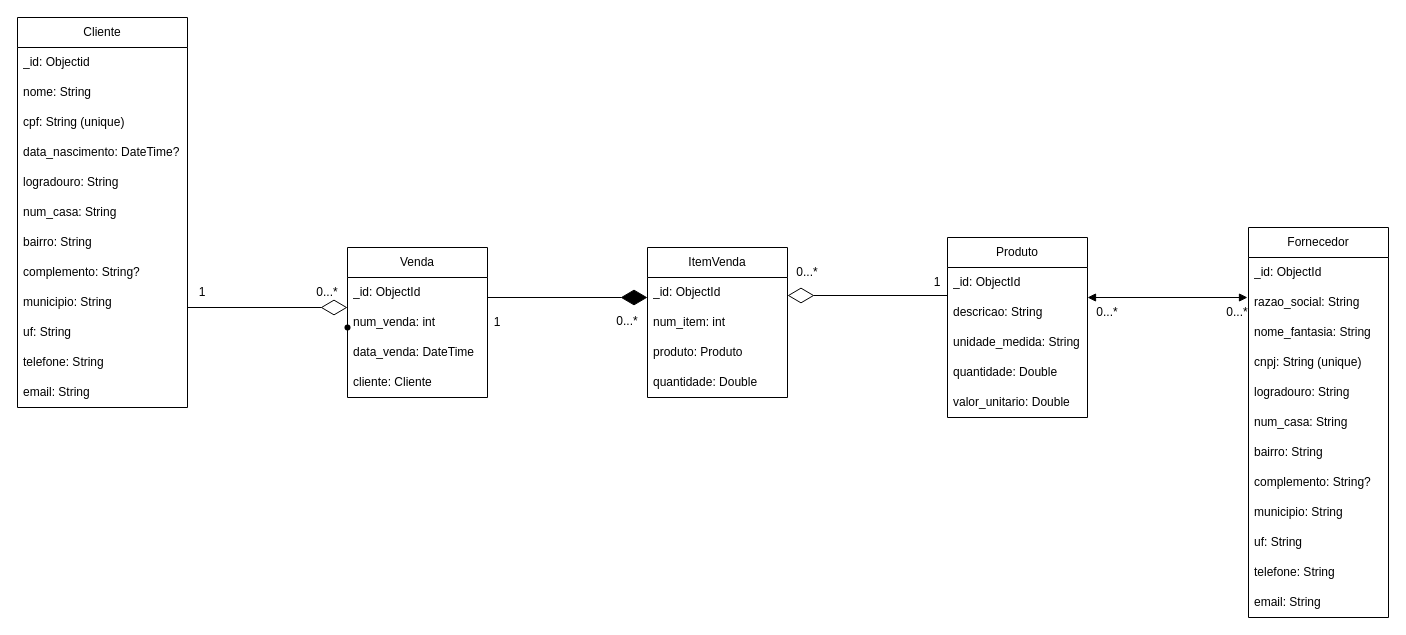
The draw.io diagram docs/NoAM.drawio in faustocintra/bn-not-2024-1, before the edit. Source tidied: cells renumbered, new cells numbered last; positions are measured from the earlier drawing's top-left corner, leaving out a move shared by most shapes. Both pictures are drawn from the tidied source at 100%, with x=0, y=0 at pixel (17, 17).
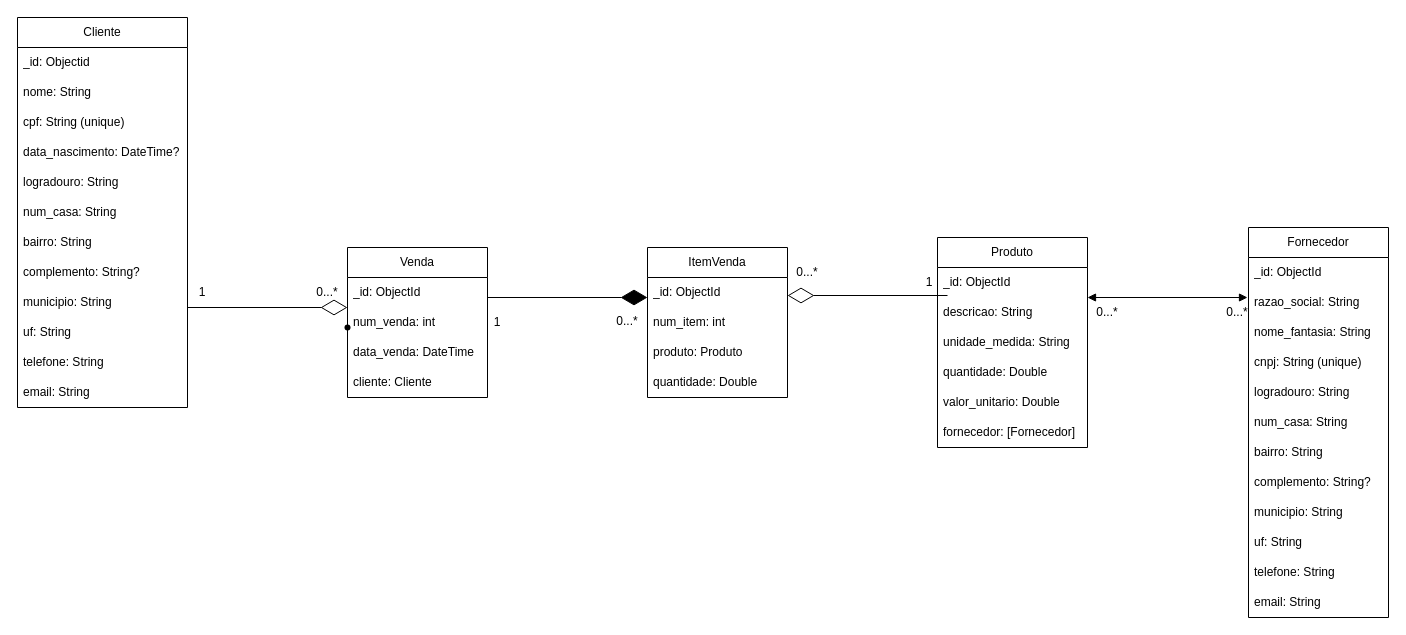
After the change.

The edit, as a diff of the source:
```diff
@@
     <mxCell id="15" value="Produto" style="swimlane;fontStyle=0;horizontal=1;startSize=30;whiteSpace=wrap;html=1;" parent="1" vertex="1">
-      <mxGeometry x="930" y="220" width="140" height="180" as="geometry" />
+      <mxGeometry x="920" y="220" width="150" height="210" as="geometry" />
     </mxCell>
     <mxCell id="16" value="_id: ObjectId" style="text;strokeColor=none;fillColor=none;align=left;verticalAlign=middle;spacingLeft=4;spacingRight=4;overflow=hidden;whiteSpace=wrap;html=1;" parent="15" vertex="1">
-      <mxGeometry y="30" width="140" height="30" as="geometry" />
+      <mxGeometry y="30" width="150" height="30" as="geometry" />
     </mxCell>
     <mxCell id="17" value="descricao: String" style="text;strokeColor=none;fillColor=none;align=left;verticalAlign=middle;spacingLeft=4;spacingRight=4;overflow=hidden;whiteSpace=wrap;html=1;" parent="15" vertex="1">
-      <mxGeometry y="60" width="140" height="30" as="geometry" />
+      <mxGeometry y="60" width="150" height="30" as="geometry" />
     </mxCell>
     <mxCell id="18" value="unidade_medida: String" style="text;strokeColor=none;fillColor=none;align=left;verticalAlign=middle;spacingLeft=4;spacingRight=4;overflow=hidden;whiteSpace=wrap;html=1;" parent="15" vertex="1">
-      <mxGeometry y="90" width="140" height="30" as="geometry" />
+      <mxGeometry y="90" width="150" height="30" as="geometry" />
     </mxCell>
     <mxCell id="19" value="quantidade: Double" style="text;strokeColor=none;fillColor=none;align=left;verticalAlign=middle;spacingLeft=4;spacingRight=4;overflow=hidden;whiteSpace=wrap;html=1;" parent="15" vertex="1">
-      <mxGeometry y="120" width="140" height="30" as="geometry" />
+      <mxGeometry y="120" width="150" height="30" as="geometry" />
     </mxCell>
     <mxCell id="20" value="valor_unitario: Double" style="text;strokeColor=none;fillColor=none;align=left;verticalAlign=middle;spacingLeft=4;spacingRight=4;overflow=hidden;whiteSpace=wrap;html=1;" parent="15" vertex="1">
-      <mxGeometry y="150" width="140" height="30" as="geometry" />
+      <mxGeometry y="150" width="150" height="30" as="geometry" />
     </mxCell>
+    <mxCell id="57" value="fornecedor: [Fornecedor]" style="text;strokeColor=none;fillColor=none;align=left;verticalAlign=middle;spacingLeft=4;spacingRight=4;overflow=hidden;whiteSpace=wrap;html=1;" parent="15" vertex="1">
+      <mxGeometry y="180" width="150" height="30" as="geometry" />
+    </mxCell>
@@
     <mxCell id="50" value="1" style="text;html=1;strokeColor=none;fillColor=none;align=center;verticalAlign=middle;whiteSpace=wrap;rounded=0;" parent="1" vertex="1">
-      <mxGeometry x="890" y="250" width="60" height="30" as="geometry" />
+      <mxGeometry x="882" y="250" width="60" height="30" as="geometry" />
     </mxCell>
```
